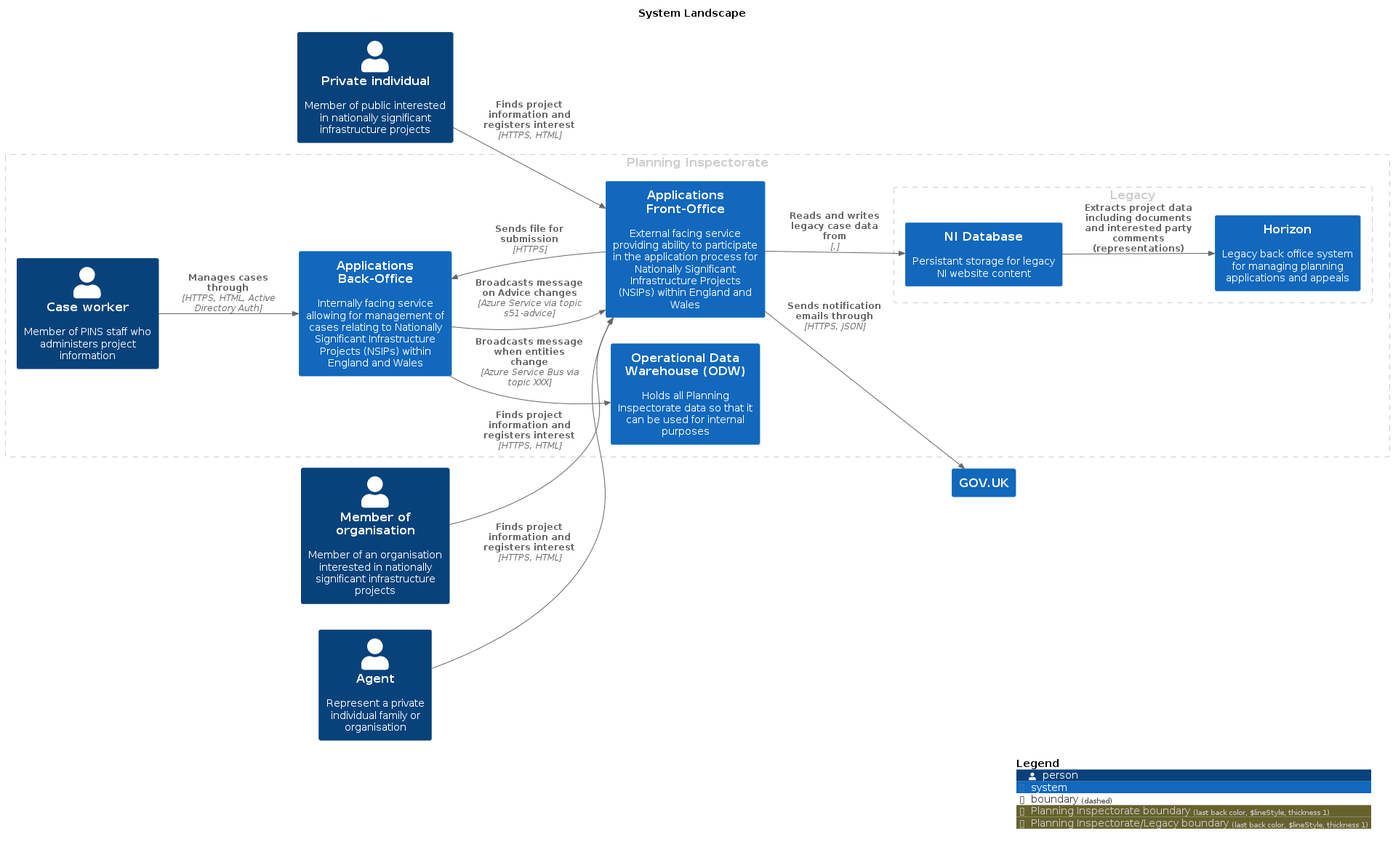
This is master/png/SystemLandscape.png from Planning-Inspectorate/applications-service, a PlantUML export, as it was before one commit.
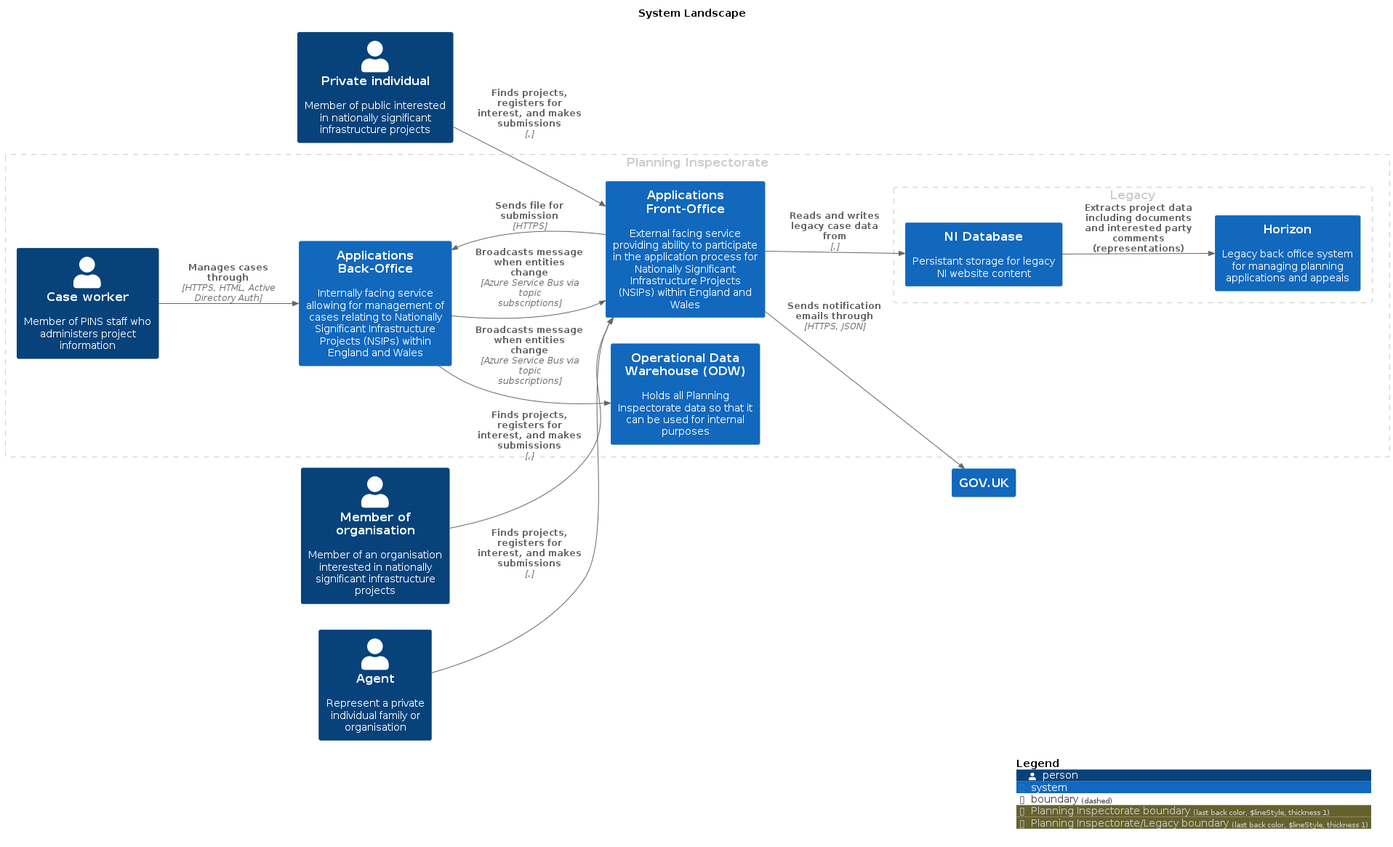
After the commit.

Change to the diagram source:
```diff
@@ -28,12 +28,12 @@
 
 Rel(ApplicationsFrontOffice, ApplicationsBackOffice, "Sends file for submission", $techn="HTTPS", $tags="", $link="")
 Rel(NIDatabase, Horizon, "Extracts project data including documents and interested party comments (representations)", $techn="", $tags="", $link="")
-Rel(Privateindividual, ApplicationsFrontOffice, "Finds project information and registers interest", $techn="HTTPS, HTML", $tags="", $link="")
-Rel(Memberoforganisation, ApplicationsFrontOffice, "Finds project information and registers interest", $techn="HTTPS, HTML", $tags="", $link="")
-Rel(Agent, ApplicationsFrontOffice, "Finds project information and registers interest", $techn="HTTPS, HTML", $tags="", $link="")
+Rel(Privateindividual, ApplicationsFrontOffice, "Finds projects, registers for interest, and makes submissions", $techn=",", $tags="", $link="")
+Rel(Memberoforganisation, ApplicationsFrontOffice, "Finds projects, registers for interest, and makes submissions", $techn=",", $tags="", $link="")
+Rel(Agent, ApplicationsFrontOffice, "Finds projects, registers for interest, and makes submissions", $techn=",", $tags="", $link="")
 Rel(Caseworker, ApplicationsBackOffice, "Manages cases through", $techn="HTTPS, HTML, Active Directory Auth", $tags="", $link="")
-Rel(ApplicationsBackOffice, OperationalDataWarehouseODW, "Broadcasts message when entities change", $techn="Azure Service Bus via topic XXX", $tags="", $link="")
-Rel(ApplicationsBackOffice, ApplicationsFrontOffice, "Broadcasts message on Advice changes", $techn="Azure Service via topic s51-advice", $tags="", $link="")
+Rel(ApplicationsBackOffice, OperationalDataWarehouseODW, "Broadcasts message when entities change", $techn="Azure Service Bus via topic subscriptions", $tags="", $link="")
+Rel(ApplicationsBackOffice, ApplicationsFrontOffice, "Broadcasts message when entities change", $techn="Azure Service Bus via topic subscriptions", $tags="", $link="")
 Rel(ApplicationsFrontOffice, GOVUK, "Sends notification emails through", $techn="HTTPS, JSON", $tags="", $link="")
 Rel(ApplicationsFrontOffice, NIDatabase, "Reads and writes legacy case data from", $techn=",", $tags="", $link="")
 
```
